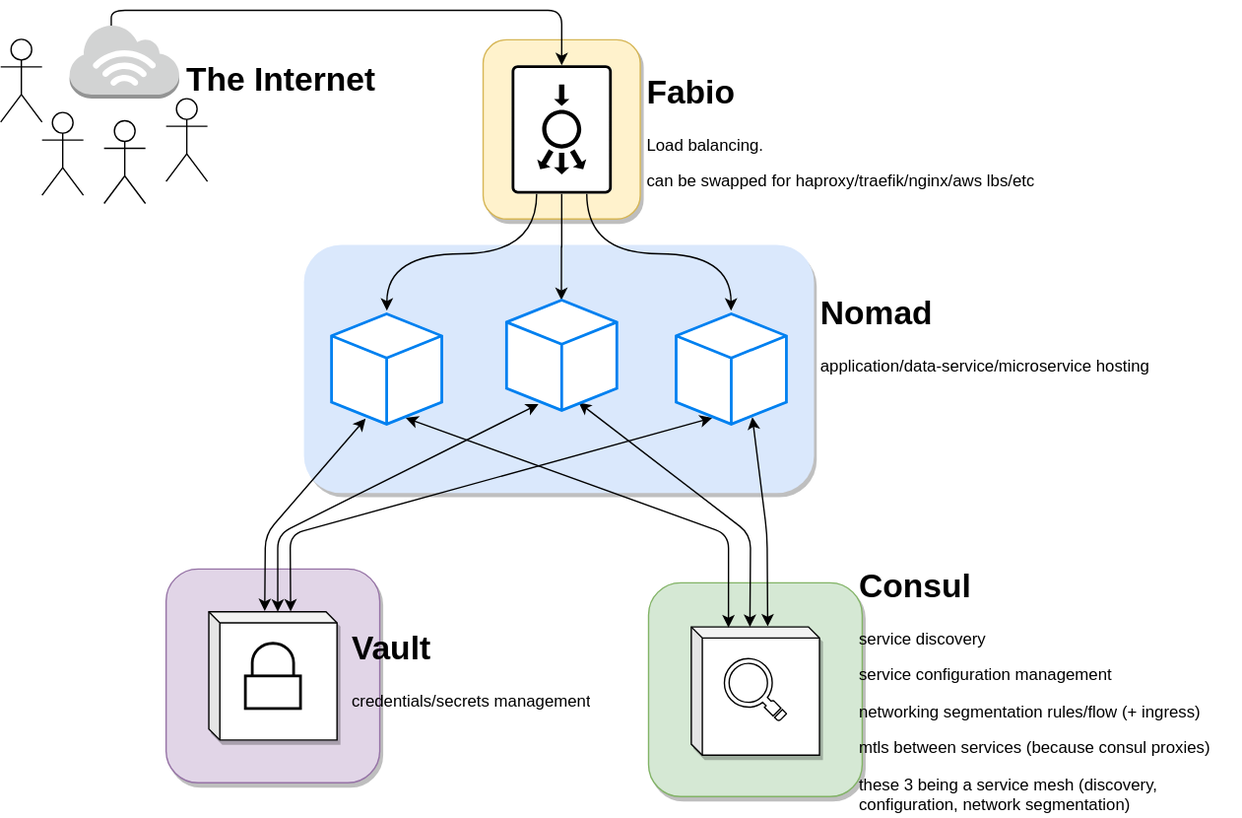
This is nomad-stack.svg from alexanelli/notes, a draw.io export, as it was before one commit. Source tidied: cells renumbered, new cells last; positions are measured from the earlier drawing's top-left corner, leaving out a move shared by most shapes.
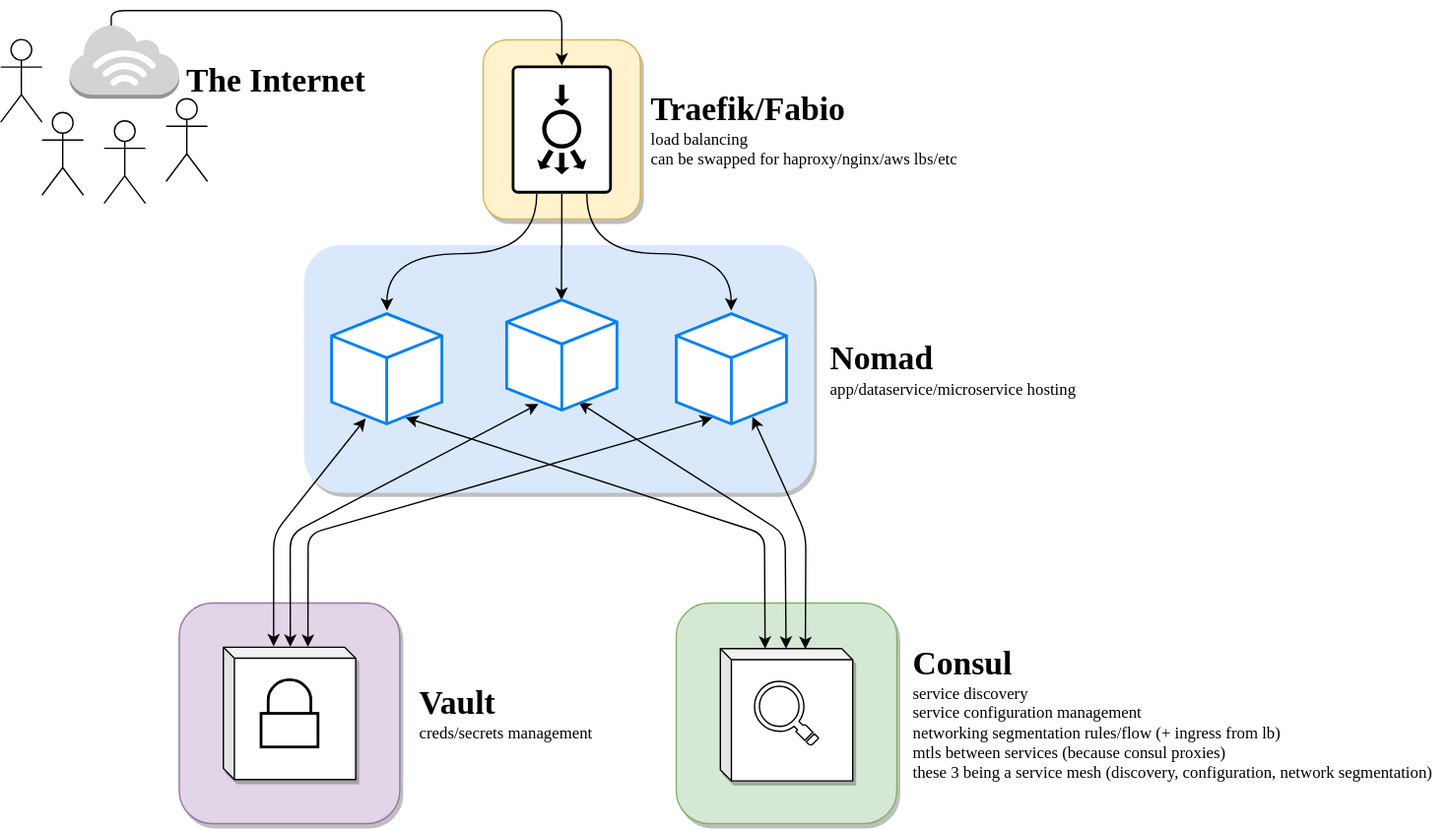
After the change.

What changed in the source:
```diff
@@ -3,31 +3,31 @@
     <mxCell id="0" />
     <mxCell id="1" parent="0" />
     <mxCell id="2" style="group;" parent="1" vertex="1">
-      <mxGeometry x="470" y="415" width="155" height="155" as="geometry" />
+      <mxGeometry x="490" y="430" width="160" height="160" as="geometry" />
     </mxCell>
     <mxCell id="3" style="rounded=1;whiteSpace=wrap;html=1;strokeColor=#82b366;fillColor=#d5e8d4;shadow=1;glass=0;comic=0;" parent="2" vertex="1">
-      <mxGeometry width="155" height="155" as="geometry" />
+      <mxGeometry width="160" height="160" as="geometry" />
     </mxCell>
     <mxCell id="4" style="shape=cube;whiteSpace=wrap;html=1;boundedLbl=1;backgroundOutline=1;darkOpacity=0.05;darkOpacity2=0.1;shadow=1;glass=0;comic=0;size=8;" parent="2" vertex="1">
-      <mxGeometry x="31" y="32" width="93" height="93" as="geometry" />
+      <mxGeometry x="32" y="33" width="96" height="96" as="geometry" />
     </mxCell>
     <mxCell id="5" style="shadow=0;dashed=0;html=1;labelPosition=center;verticalLabelPosition=bottom;verticalAlign=top;align=center;shape=mxgraph.veeam.magnifying_glass;" parent="2" vertex="1">
-      <mxGeometry x="55" y="55" width="45" height="45" as="geometry" />
+      <mxGeometry x="56.8" y="56.8" width="46.5" height="46.5" as="geometry" />
     </mxCell>
     <mxCell id="6" style="group;" parent="1" vertex="1">
-      <mxGeometry x="120" y="405" width="155" height="155" as="geometry" />
+      <mxGeometry x="129.5" y="430" width="160" height="160" as="geometry" />
     </mxCell>
     <mxCell id="7" style="rounded=1;whiteSpace=wrap;html=1;strokeColor=#9673a6;fillColor=#e1d5e7;shadow=1;" parent="6" vertex="1">
-      <mxGeometry width="155" height="155" as="geometry" />
+      <mxGeometry width="160" height="160" as="geometry" />
     </mxCell>
     <mxCell id="8" style="shape=cube;whiteSpace=wrap;html=1;boundedLbl=1;backgroundOutline=1;darkOpacity=0.05;darkOpacity2=0.1;shadow=1;glass=0;comic=0;size=8;" parent="6" vertex="1">
-      <mxGeometry x="31" y="31" width="93" height="93" as="geometry" />
+      <mxGeometry x="32" y="32" width="96" height="96" as="geometry" />
     </mxCell>
     <mxCell id="9" style="group;" parent="6" vertex="1">
-      <mxGeometry x="57.5" y="53.9" width="40" height="47.2" as="geometry" />
+      <mxGeometry x="59.4" y="55.6" width="41.3" height="48.8" as="geometry" />
     </mxCell>
     <mxCell id="10" style="html=1;verticalLabelPosition=bottom;align=center;labelBackgroundColor=#ffffff;verticalAlign=top;strokeWidth=2;shadow=0;dashed=0;shape=mxgraph.ios7.icons.locked;" parent="9" vertex="1">
-      <mxGeometry width="40" height="47.2" as="geometry" />
+      <mxGeometry width="41.3" height="48.8" as="geometry" />
     </mxCell>
     <mxCell id="11" style="rounded=1;whiteSpace=wrap;html=1;strokeColor=none;fillColor=#dae8fc;shadow=1;" parent="1" vertex="1">
       <mxGeometry x="220" y="170" width="370" height="180" as="geometry" />
@@ -63,58 +63,45 @@
     <mxCell id="19" style="outlineConnect=0;dashed=0;verticalLabelPosition=bottom;verticalAlign=top;align=center;html=1;shape=mxgraph.aws3.internet_3;fillColor=#D2D3D3;gradientColor=none;" parent="1" vertex="1">
       <mxGeometry x="50" y="10" width="79.5" height="54" as="geometry" />
     </mxCell>
-    <mxCell id="20" value="&lt;h1&gt;Fabio &lt;br&gt;&lt;/h1&gt;&lt;p&gt;Load balancing.&lt;/p&gt;&lt;p&gt;can be swapped for haproxy/traefik/nginx/aws lbs/etc&lt;br&gt;&lt;/p&gt;" style="text;html=1;strokeColor=none;fillColor=none;spacing=5;spacingTop=-20;whiteSpace=wrap;overflow=hidden;rounded=0;" parent="1" vertex="1">
-      <mxGeometry x="464" y="40" width="306" height="100" as="geometry" />
-    </mxCell>
-    <mxCell id="21" value="&lt;h1&gt;Vault&lt;/h1&gt;&lt;p&gt;credentials/secrets management&lt;/p&gt;" style="text;html=1;strokeColor=none;fillColor=none;spacing=5;spacingTop=-20;whiteSpace=wrap;overflow=hidden;rounded=0;" parent="1" vertex="1">
-      <mxGeometry x="250" y="442.5" width="190" height="80" as="geometry" />
-    </mxCell>
-    <mxCell id="22" value="&lt;h1&gt;Nomad&lt;/h1&gt;&lt;p&gt;application/data-service/microservice hosting&lt;/p&gt;" style="text;html=1;strokeColor=none;fillColor=none;spacing=5;spacingTop=-20;whiteSpace=wrap;overflow=hidden;rounded=0;" parent="1" vertex="1">
-      <mxGeometry x="590" y="200" width="249.5" height="80" as="geometry" />
-    </mxCell>
-    <mxCell id="23" value="&lt;p style=&quot;line-height: 100%&quot;&gt;&lt;/p&gt;&lt;h1&gt;Consul&lt;/h1&gt;&lt;p&gt;service discovery&lt;/p&gt;&lt;p&gt;service configuration management&lt;/p&gt;&lt;p&gt;networking segmentation rules/flow (+ ingress)&lt;/p&gt;&lt;p&gt;mtls between services (because consul proxies)&lt;/p&gt;&lt;p&gt;these 3 being a service mesh (discovery, configuration, network segmentation)&lt;/p&gt;&lt;p&gt;&lt;/p&gt;" style="text;html=1;strokeColor=none;fillColor=none;spacing=5;spacingTop=-20;whiteSpace=wrap;overflow=hidden;rounded=0;" parent="1" vertex="1">
-      <mxGeometry x="618" y="398" width="282" height="186" as="geometry" />
-    </mxCell>
-    <mxCell id="24" style="endArrow=classic;startArrow=classic;html=1;exitX=0.309;exitY=0.95;exitDx=0;exitDy=0;exitPerimeter=0;entryX=0.436;entryY=-0.005;entryDx=0;entryDy=0;entryPerimeter=0;" parent="1" edge="1" source="30" target="8">
+    <mxCell id="24" style="endArrow=classic;startArrow=classic;html=1;exitX=0.309;exitY=0.95;exitDx=0;exitDy=0;exitPerimeter=0;entryX=0.38;entryY=-0.006;entryDx=0;entryDy=0;entryPerimeter=0;spacingTop=0;spacingLeft=0;" parent="1" edge="1" source="30" target="8">
       <mxGeometry relative="1" as="geometry">
         <Array as="points">
-          <mxPoint x="192" y="380" />
+          <mxPoint x="198" y="380" />
         </Array>
       </mxGeometry>
     </mxCell>
-    <mxCell id="25" style="endArrow=classic;startArrow=classic;html=1;exitX=0.289;exitY=0.943;exitDx=0;exitDy=0;exitPerimeter=0;" parent="1" edge="1" source="31">
+    <mxCell id="25" style="endArrow=classic;startArrow=classic;html=1;exitX=0.289;exitY=0.943;exitDx=0;exitDy=0;exitPerimeter=0;entryX=0.506;entryY=-0.003;entryDx=0;entryDy=0;entryPerimeter=0;" parent="1" edge="1" source="31" target="8">
       <mxGeometry relative="1" as="geometry">
-        <mxPoint x="201" y="436" as="targetPoint" />
         <Array as="points">
-          <mxPoint x="201" y="380" />
+          <mxPoint x="210" y="380" />
         </Array>
       </mxGeometry>
     </mxCell>
-    <mxCell id="26" style="endArrow=classic;startArrow=classic;html=1;exitX=0.673;exitY=0.943;exitDx=0;exitDy=0;entryX=0.29;entryY=0.004;entryDx=0;entryDy=0;exitPerimeter=0;entryPerimeter=0;" parent="1" edge="1" source="30" target="4">
+    <mxCell id="26" style="endArrow=classic;startArrow=classic;html=1;exitX=0.673;exitY=0.943;exitDx=0;exitDy=0;exitPerimeter=0;entryX=0.338;entryY=0;entryDx=0;entryDy=0;entryPerimeter=0;" parent="1" edge="1" source="30" target="4">
       <mxGeometry relative="1" as="geometry">
         <Array as="points">
-          <mxPoint x="528" y="380" />
+          <mxPoint x="554" y="380" />
         </Array>
       </mxGeometry>
     </mxCell>
-    <mxCell id="27" style="endArrow=classic;startArrow=classic;html=1;exitX=0.654;exitY=0.929;exitDx=0;exitDy=0;exitPerimeter=0;entryX=0;entryY=0;entryDx=42.5;entryDy=0;entryPerimeter=0;" parent="1" edge="1" source="31" target="4">
+    <mxCell id="27" style="endArrow=classic;startArrow=classic;html=1;exitX=0.654;exitY=0.929;exitDx=0;exitDy=0;exitPerimeter=0;" parent="1" edge="1" source="31" target="4">
       <mxGeometry relative="1" as="geometry">
         <Array as="points">
-          <mxPoint x="544" y="380" />
+          <mxPoint x="569" y="380" />
         </Array>
       </mxGeometry>
     </mxCell>
-    <mxCell id="28" style="endArrow=classic;startArrow=classic;html=1;exitX=0.327;exitY=0.943;exitDx=0;exitDy=0;exitPerimeter=0;entryX=0.638;entryY=-0.002;entryDx=0;entryDy=0;entryPerimeter=0;" parent="1" edge="1" source="32" target="8">
+    <mxCell id="28" style="endArrow=classic;startArrow=classic;html=1;exitX=0.327;exitY=0.943;exitDx=0;exitDy=0;exitPerimeter=0;entryX=0.639;entryY=-0.002;entryDx=0;entryDy=0;entryPerimeter=0;" parent="1" edge="1" source="32" target="8">
       <mxGeometry relative="1" as="geometry">
         <Array as="points">
-          <mxPoint x="210" y="380" />
+          <mxPoint x="223" y="380" />
         </Array>
       </mxGeometry>
     </mxCell>
-    <mxCell id="29" style="endArrow=classic;startArrow=classic;html=1;exitX=0.691;exitY=0.936;exitDx=0;exitDy=0;entryX=0.596;entryY=-0.004;entryDx=0;entryDy=0;exitPerimeter=0;entryPerimeter=0;" parent="1" edge="1" source="32" target="4">
+    <mxCell id="29" style="endArrow=classic;startArrow=classic;html=1;exitX=0.691;exitY=0.936;exitDx=0;exitDy=0;exitPerimeter=0;entryX=0.642;entryY=0.004;entryDx=0;entryDy=0;entryPerimeter=0;" parent="1" edge="1" source="32" target="4">
       <mxGeometry relative="1" as="geometry">
         <Array as="points">
-          <mxPoint x="556" y="380" />
+          <mxPoint x="584" y="380" />
         </Array>
       </mxGeometry>
     </mxCell>
@@ -127,7 +114,7 @@
     <mxCell id="32" style="html=1;verticalLabelPosition=bottom;align=center;labelBackgroundColor=#ffffff;verticalAlign=top;strokeWidth=2;strokeColor=#0080F0;shadow=0;dashed=0;shape=mxgraph.ios7.icons.cube;" parent="1" vertex="1">
       <mxGeometry x="490" y="220" width="80" height="80" as="geometry" />
     </mxCell>
-    <mxCell id="33" value="&lt;h1&gt;The Internet&lt;/h1&gt;&lt;p&gt;&lt;br&gt;&lt;/p&gt;" style="text;html=1;strokeColor=none;fillColor=none;spacing=5;spacingTop=-20;whiteSpace=wrap;overflow=hidden;rounded=0;" parent="1" vertex="1">
+    <mxCell id="33" value="&lt;h1&gt;&lt;font face=&quot;Garamond&quot;&gt;The Internet&lt;/font&gt;&lt;/h1&gt;&lt;p&gt;&lt;font face=&quot;Garamond&quot;&gt;&lt;br&gt;&lt;/font&gt;&lt;/p&gt;" style="text;html=1;strokeColor=none;fillColor=none;spacing=5;spacingTop=-20;whiteSpace=wrap;overflow=hidden;rounded=0;" parent="1" vertex="1">
       <mxGeometry x="129.5" y="31" width="172.5" height="40" as="geometry" />
     </mxCell>
     <mxCell id="34" style="shape=umlActor;verticalLabelPosition=bottom;labelBackgroundColor=#ffffff;verticalAlign=top;html=1;" parent="1" vertex="1">
@@ -142,5 +129,17 @@
     <mxCell id="37" style="shape=umlActor;verticalLabelPosition=bottom;labelBackgroundColor=#ffffff;verticalAlign=top;html=1;" parent="1" vertex="1">
       <mxGeometry x="120" y="64" width="30" height="60" as="geometry" />
     </mxCell>
+    <mxCell id="38" value="&lt;div style=&quot;font-size: 24px&quot;&gt;&lt;b&gt;&lt;font style=&quot;font-size: 24px&quot; face=&quot;Garamond&quot;&gt;Consul&lt;/font&gt;&lt;/b&gt;&lt;br&gt;&lt;/div&gt;&lt;font style=&quot;font-size: 12px&quot; face=&quot;Garamond&quot;&gt;service discovery&lt;br&gt;service configuration management&lt;br&gt;networking segmentation rules/flow (+ ingress from lb)&lt;br&gt;mtls between services (because consul proxies)&lt;br&gt;&lt;/font&gt;&lt;div&gt;&lt;font style=&quot;font-size: 12px&quot; face=&quot;Garamond&quot;&gt;these 3 being a service mesh (discovery, configuration, network segmentation)&lt;br&gt;&lt;/font&gt;&lt;/div&gt;" style="text;html=1;align=left;verticalAlign=middle;" parent="1" vertex="1">
+      <mxGeometry x="660" y="465" width="390" height="90" as="geometry" />
+    </mxCell>
+    <mxCell id="39" value="&lt;div style=&quot;font-size: 24px&quot;&gt;&lt;font face=&quot;Garamond&quot;&gt;&lt;b&gt;Vault&lt;/b&gt;&lt;/font&gt;&lt;br&gt;&lt;/div&gt;&lt;font style=&quot;font-size: 12px&quot; face=&quot;Garamond&quot;&gt;creds/secrets management&lt;/font&gt;" style="text;html=1;align=left;verticalAlign=middle;" parent="1" vertex="1">
+      <mxGeometry x="302" y="495" width="140" height="30" as="geometry" />
+    </mxCell>
+    <mxCell id="40" value="&lt;div style=&quot;font-size: 24px&quot;&gt;&lt;b&gt;&lt;font face=&quot;Garamond&quot;&gt;Nomad&lt;/font&gt;&lt;/b&gt;&lt;br&gt;&lt;/div&gt;&lt;font style=&quot;font-size: 12px&quot; face=&quot;Garamond&quot;&gt;app/dataservice/microservice hosting&lt;br&gt;&lt;/font&gt;" style="text;html=1;align=left;verticalAlign=middle;" parent="1" vertex="1">
+      <mxGeometry x="600" y="245" width="190" height="30" as="geometry" />
+    </mxCell>
+    <mxCell id="41" value="&lt;div style=&quot;font-size: 24px&quot;&gt;&lt;b&gt;&lt;font face=&quot;Garamond&quot;&gt;Traefik/Fabio&lt;/font&gt;&lt;/b&gt;&lt;/div&gt;&lt;div&gt;&lt;font face=&quot;Garamond&quot;&gt;load balancing&lt;/font&gt;&lt;/div&gt;&lt;div&gt;&lt;font face=&quot;Garamond&quot;&gt;can be swapped for haproxy/nginx/aws lbs/etc&lt;/font&gt;&lt;br&gt;&lt;/div&gt;" style="text;html=1;align=left;verticalAlign=middle;" parent="1" vertex="1">
+      <mxGeometry x="470" y="61.3" width="240" height="50" as="geometry" />
+    </mxCell>
   </root>
 </mxGraphModel>
```
